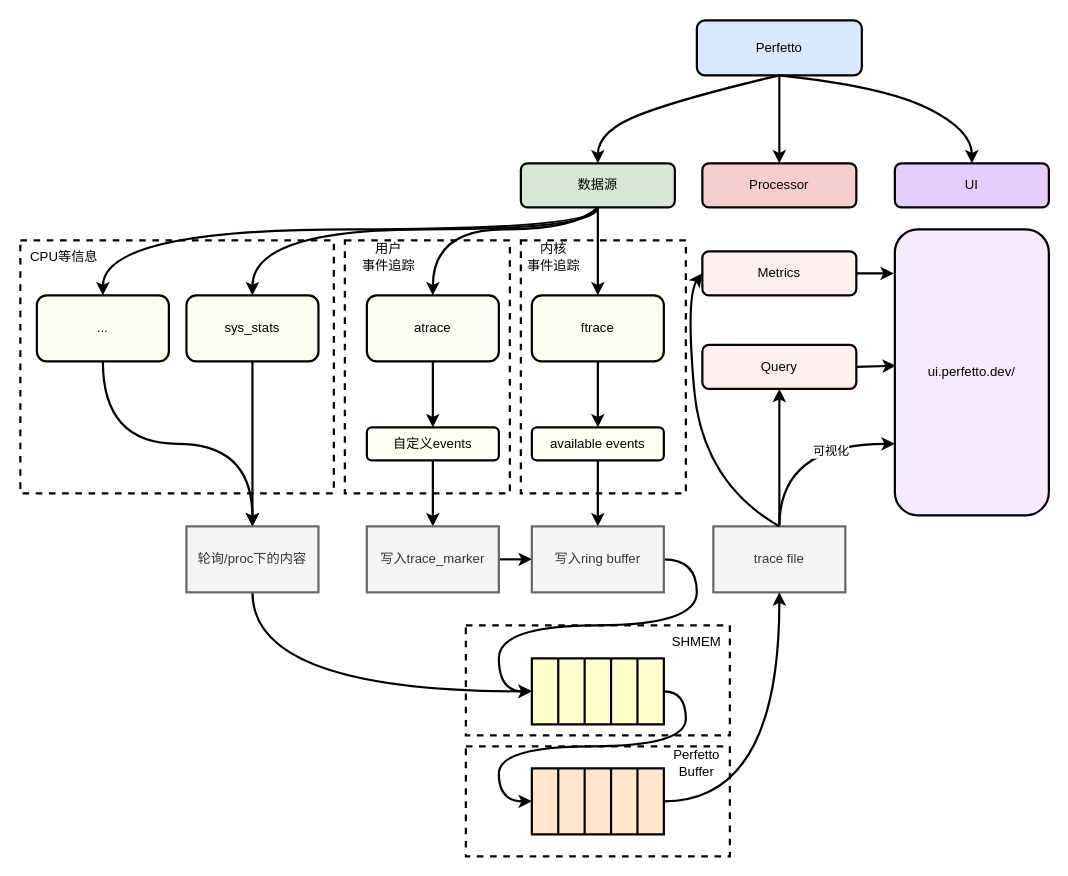
The draw.io diagram images/2025-7-30-tracing/drawio/Perfetto.drawio in braisedp/braisedp.github.io, before the edit. Source tidied: cells renumbered, new cells numbered last; positions are measured from the earlier drawing's top-left corner, leaving out a move shared by most shapes. Both pictures are drawn from the tidied source at 110%, with x=0, y=0 at pixel (20, 20).
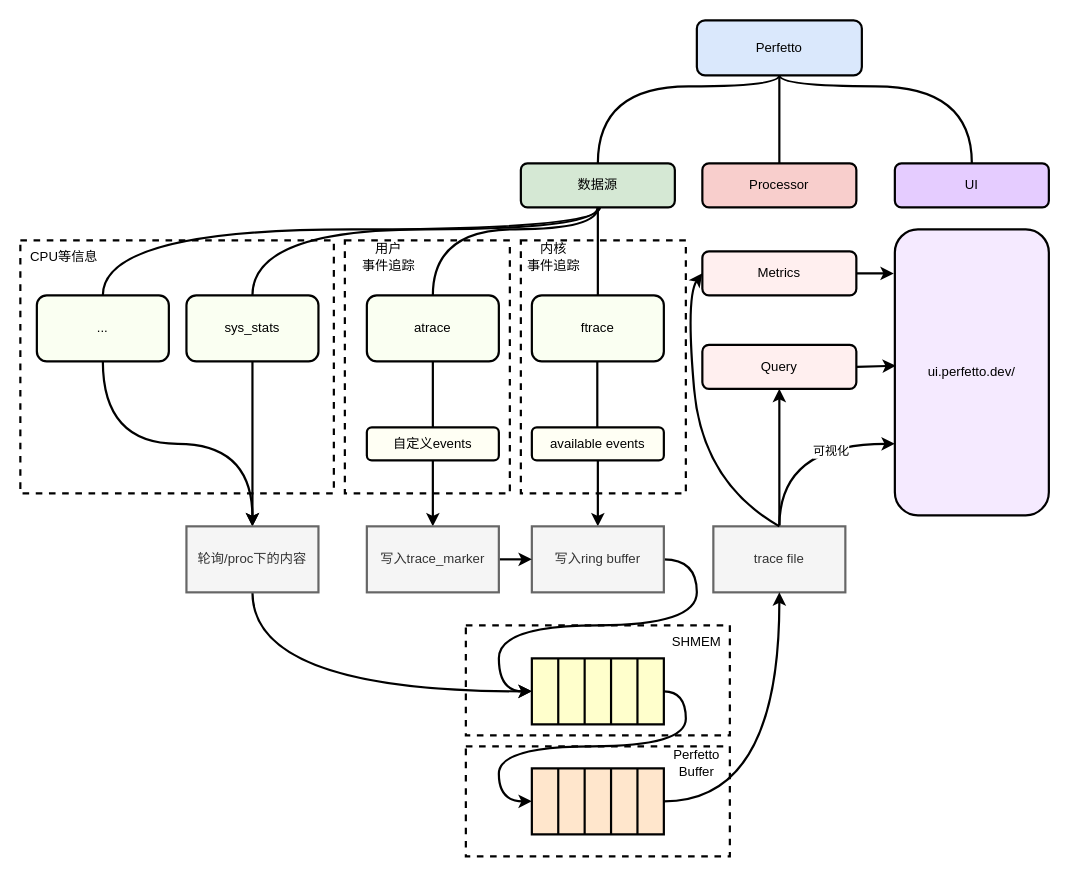
The same diagram, later.

The change refers to these unchanged cells:
```xml
<mxCell id="10" value="数据源" style="rounded=1;whiteSpace=wrap;html=1;strokeWidth=2;fillColor=#d5e8d4;strokeColor=light-dark(#000000, #446e2c);" parent="1" vertex="1">
  <mxGeometry x="455" y="130" width="140" height="40" as="geometry" />
</mxCell>
<mxCell id="12" value="atrace" style="rounded=1;whiteSpace=wrap;html=1;strokeWidth=2;fillColor=#FAFFF2;" parent="1" vertex="1">
  <mxGeometry x="315" y="250" width="120" height="60" as="geometry" />
</mxCell>
<mxCell id="14" value="ftrace" style="rounded=1;whiteSpace=wrap;html=1;strokeWidth=2;fillColor=#FAFFF2;" parent="1" vertex="1">
  <mxGeometry x="465" y="250" width="120" height="60" as="geometry" />
</mxCell>
<mxCell id="17" value="Perfetto" style="rounded=1;whiteSpace=wrap;html=1;fillColor=#dae8fc;strokeColor=light-dark(#000000, #5c79a3);strokeWidth=2;" parent="1" vertex="1">
  <mxGeometry x="615" width="150" height="50" as="geometry" />
</mxCell>
<mxCell id="20" value="available events" style="rounded=1;whiteSpace=wrap;html=1;strokeWidth=2;fillColor=#FFFFF4;strokeColor=#000000;" parent="1" vertex="1">
  <mxGeometry x="465" y="370" width="120" height="30" as="geometry" />
</mxCell>
<mxCell id="22" value="自定义events" style="rounded=1;whiteSpace=wrap;html=1;strokeWidth=2;fillColor=#FFFFF4;strokeColor=#000000;" parent="1" vertex="1">
  <mxGeometry x="315" y="370" width="120" height="30" as="geometry" />
</mxCell>
<mxCell id="30" value="..." style="rounded=1;whiteSpace=wrap;html=1;strokeWidth=2;fillColor=#FAFFF2;" parent="1" vertex="1">
  <mxGeometry x="15" y="250" width="120" height="60" as="geometry" />
</mxCell>
<mxCell id="32" value="sys_stats" style="rounded=1;whiteSpace=wrap;html=1;strokeWidth=2;fillColor=#FAFFF2;" parent="1" vertex="1">
  <mxGeometry x="151" y="250" width="120" height="60" as="geometry" />
</mxCell>
<mxCell id="36" value="Processor" style="rounded=1;whiteSpace=wrap;html=1;strokeWidth=2;fillColor=#f8cecc;strokeColor=#000000;" parent="1" vertex="1">
  <mxGeometry x="620" y="130" width="140" height="40" as="geometry" />
</mxCell>
<mxCell id="37" value="UI" style="rounded=1;whiteSpace=wrap;html=1;strokeWidth=2;fillColor=#E5CCFF;strokeColor=light-dark(#000000, #446e2c);" parent="1" vertex="1">
  <mxGeometry x="795" y="130" width="140" height="40" as="geometry" />
</mxCell>
```

Change to the diagram source:
```diff
@@
-    <mxCell id="7" style="edgeStyle=orthogonalEdgeStyle;html=1;exitX=0.5;exitY=1;exitDx=0;exitDy=0;entryX=0.5;entryY=0;entryDx=0;entryDy=0;curved=1;strokeWidth=2;" parent="1" edge="1" source="10" target="14">
-      <mxGeometry relative="1" as="geometry" />
-    </mxCell>
-    <mxCell id="8" style="edgeStyle=orthogonalEdgeStyle;html=1;exitX=0.5;exitY=1;exitDx=0;exitDy=0;entryX=0.5;entryY=0;entryDx=0;entryDy=0;curved=1;strokeWidth=2;" parent="1" edge="1" source="10" target="32">
-      <mxGeometry relative="1" as="geometry">
-        <Array as="points">
-          <mxPoint x="525" y="190" />
-          <mxPoint x="211" y="190" />
-        </Array>
-      </mxGeometry>
-    </mxCell>
-    <mxCell id="9" style="edgeStyle=orthogonalEdgeStyle;html=1;exitX=0.5;exitY=1;exitDx=0;exitDy=0;entryX=0.5;entryY=0;entryDx=0;entryDy=0;curved=1;strokeWidth=2;" parent="1" edge="1" source="10" target="30">
-      <mxGeometry relative="1" as="geometry">
-        <Array as="points">
-          <mxPoint x="525" y="190" />
-          <mxPoint x="75" y="190" />
-        </Array>
-      </mxGeometry>
-    </mxCell>
@@
-    <mxCell id="11" style="edgeStyle=none;html=1;exitX=0.5;exitY=1;exitDx=0;exitDy=0;entryX=0.5;entryY=0;entryDx=0;entryDy=0;strokeWidth=2;" parent="1" edge="1" source="12" target="22">
-      <mxGeometry relative="1" as="geometry" />
-    </mxCell>
@@
-    <mxCell id="13" style="edgeStyle=none;html=1;exitX=0.5;exitY=1;exitDx=0;exitDy=0;entryX=0.5;entryY=0;entryDx=0;entryDy=0;strokeWidth=2;" parent="1" edge="1" source="14" target="20">
-      <mxGeometry relative="1" as="geometry" />
-    </mxCell>
@@
-    <mxCell id="15" style="curved=1;endArrow=classic;html=1;exitX=0.5;exitY=1;exitDx=0;exitDy=0;entryX=0.5;entryY=0;entryDx=0;entryDy=0;strokeWidth=2;" parent="1" edge="1" source="10" target="12">
-      <mxGeometry relative="1" as="geometry">
-        <Array as="points">
-          <mxPoint x="505" y="190" />
-          <mxPoint x="375" y="190" />
-        </Array>
-      </mxGeometry>
-    </mxCell>
-    <mxCell id="16" style="edgeStyle=none;html=1;exitX=0.5;exitY=1;exitDx=0;exitDy=0;entryX=0.5;entryY=0;entryDx=0;entryDy=0;strokeWidth=2;" parent="1" edge="1" source="17" target="36">
-      <mxGeometry relative="1" as="geometry" />
-    </mxCell>
@@
-    <mxCell id="18" style="curved=1;endArrow=classic;html=1;exitX=0.5;exitY=1;exitDx=0;exitDy=0;entryX=0.5;entryY=0;entryDx=0;entryDy=0;strokeWidth=2;" parent="1" edge="1" source="17" target="10">
-      <mxGeometry relative="1" as="geometry">
-        <Array as="points">
-          <mxPoint x="605" y="70" />
-          <mxPoint x="525" y="100" />
-        </Array>
-      </mxGeometry>
-    </mxCell>
@@
-    <mxCell id="38" style="curved=1;endArrow=classic;html=1;entryX=0.5;entryY=0;entryDx=0;entryDy=0;strokeWidth=2;" parent="1" edge="1" target="37">
-      <mxGeometry relative="1" as="geometry">
-        <mxPoint x="690" y="50" as="sourcePoint" />
-        <Array as="points">
-          <mxPoint x="785" y="60" />
-          <mxPoint x="865" y="100" />
-        </Array>
-      </mxGeometry>
-    </mxCell>
@@
+    <mxCell id="67" style="endArrow=none;html=1;entryX=0.5;entryY=1;entryDx=0;entryDy=0;exitX=0.5;exitY=0;exitDx=0;exitDy=0;strokeWidth=2;edgeStyle=orthogonalEdgeStyle;curved=1;" parent="1" edge="1" source="37" target="17">
+      <mxGeometry relative="1" as="geometry">
+        <Array as="points">
+          <mxPoint x="865" y="60" />
+          <mxPoint x="690" y="60" />
+        </Array>
+      </mxGeometry>
+    </mxCell>
+    <mxCell id="68" style="endArrow=none;html=1;entryX=0.5;entryY=1;entryDx=0;entryDy=0;exitX=0.5;exitY=0;exitDx=0;exitDy=0;strokeWidth=2;edgeStyle=orthogonalEdgeStyle;curved=1;" parent="1" edge="1" source="10" target="17">
+      <mxGeometry relative="1" as="geometry">
+        <Array as="points">
+          <mxPoint x="525" y="60" />
+          <mxPoint x="690" y="60" />
+        </Array>
+      </mxGeometry>
+    </mxCell>
+    <mxCell id="69" style="endArrow=none;html=1;exitX=0.5;exitY=0;exitDx=0;exitDy=0;entryX=0.5;entryY=1;entryDx=0;entryDy=0;strokeWidth=2;" parent="1" edge="1" source="36" target="17">
+      <mxGeometry relative="1" as="geometry" />
+    </mxCell>
+    <mxCell id="70" style="endArrow=none;html=1;entryX=0.5;entryY=1;entryDx=0;entryDy=0;exitX=0.5;exitY=0;exitDx=0;exitDy=0;edgeStyle=orthogonalEdgeStyle;curved=1;strokeWidth=2;" parent="1" edge="1" source="32" target="10">
+      <mxGeometry relative="1" as="geometry">
+        <Array as="points">
+          <mxPoint x="211" y="190" />
+          <mxPoint x="525" y="190" />
+        </Array>
+      </mxGeometry>
+    </mxCell>
+    <mxCell id="71" style="endArrow=none;html=1;entryX=0.5;entryY=1;entryDx=0;entryDy=0;exitX=0.5;exitY=0;exitDx=0;exitDy=0;edgeStyle=orthogonalEdgeStyle;curved=1;strokeWidth=2;" parent="1" edge="1" source="30">
+      <mxGeometry relative="1" as="geometry">
+        <mxPoint x="527" y="170" as="targetPoint" />
+        <Array as="points">
+          <mxPoint x="75" y="190" />
+          <mxPoint x="527" y="190" />
+        </Array>
+      </mxGeometry>
+    </mxCell>
+    <mxCell id="72" style="endArrow=none;html=1;entryX=0.5;entryY=1;entryDx=0;entryDy=0;exitX=0.5;exitY=0;exitDx=0;exitDy=0;edgeStyle=orthogonalEdgeStyle;curved=1;strokeWidth=2;" parent="1" edge="1" source="12" target="10">
+      <mxGeometry relative="1" as="geometry">
+        <Array as="points">
+          <mxPoint x="375" y="190" />
+          <mxPoint x="525" y="190" />
+        </Array>
+      </mxGeometry>
+    </mxCell>
+    <mxCell id="73" style="endArrow=none;html=1;entryX=0.5;entryY=1;entryDx=0;entryDy=0;exitX=0.5;exitY=0;exitDx=0;exitDy=0;strokeWidth=2;" parent="1" edge="1" source="14" target="10">
+      <mxGeometry relative="1" as="geometry" />
+    </mxCell>
+    <mxCell id="74" style="endArrow=none;html=1;entryX=0.5;entryY=1;entryDx=0;entryDy=0;exitX=0.5;exitY=0;exitDx=0;exitDy=0;strokeWidth=2;" parent="1" edge="1" source="22" target="12">
+      <mxGeometry relative="1" as="geometry" />
+    </mxCell>
+    <mxCell id="75" style="endArrow=none;html=1;entryX=0.5;entryY=1;entryDx=0;entryDy=0;exitX=0.5;exitY=0;exitDx=0;exitDy=0;strokeWidth=2;" parent="1" edge="1">
+      <mxGeometry relative="1" as="geometry">
+        <mxPoint x="524.5" y="370" as="sourcePoint" />
+        <mxPoint x="524.5" y="310" as="targetPoint" />
+      </mxGeometry>
+    </mxCell>
```
